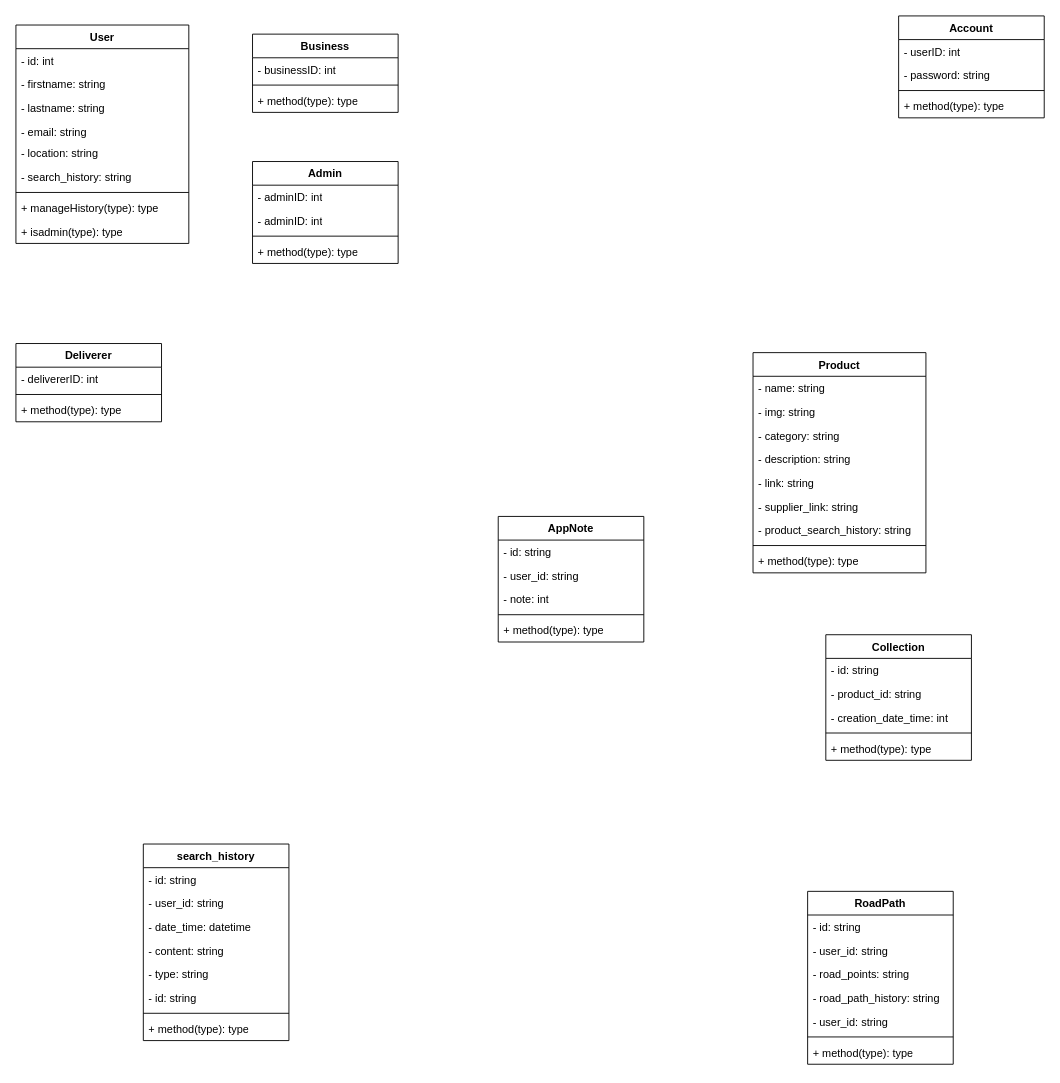
The draw.io diagram page "class diagrams" (2 of 2) of Diagramme sans nom.drawio in Valeryio/System-Draws, before the edit. Source tidied: cells renumbered, new cells numbered last; positions are measured from the earlier drawing's top-left corner, leaving out a move shared by most shapes. Both pictures are drawn from the tidied source at 91%, with x=0, y=0 at pixel (15, 15).
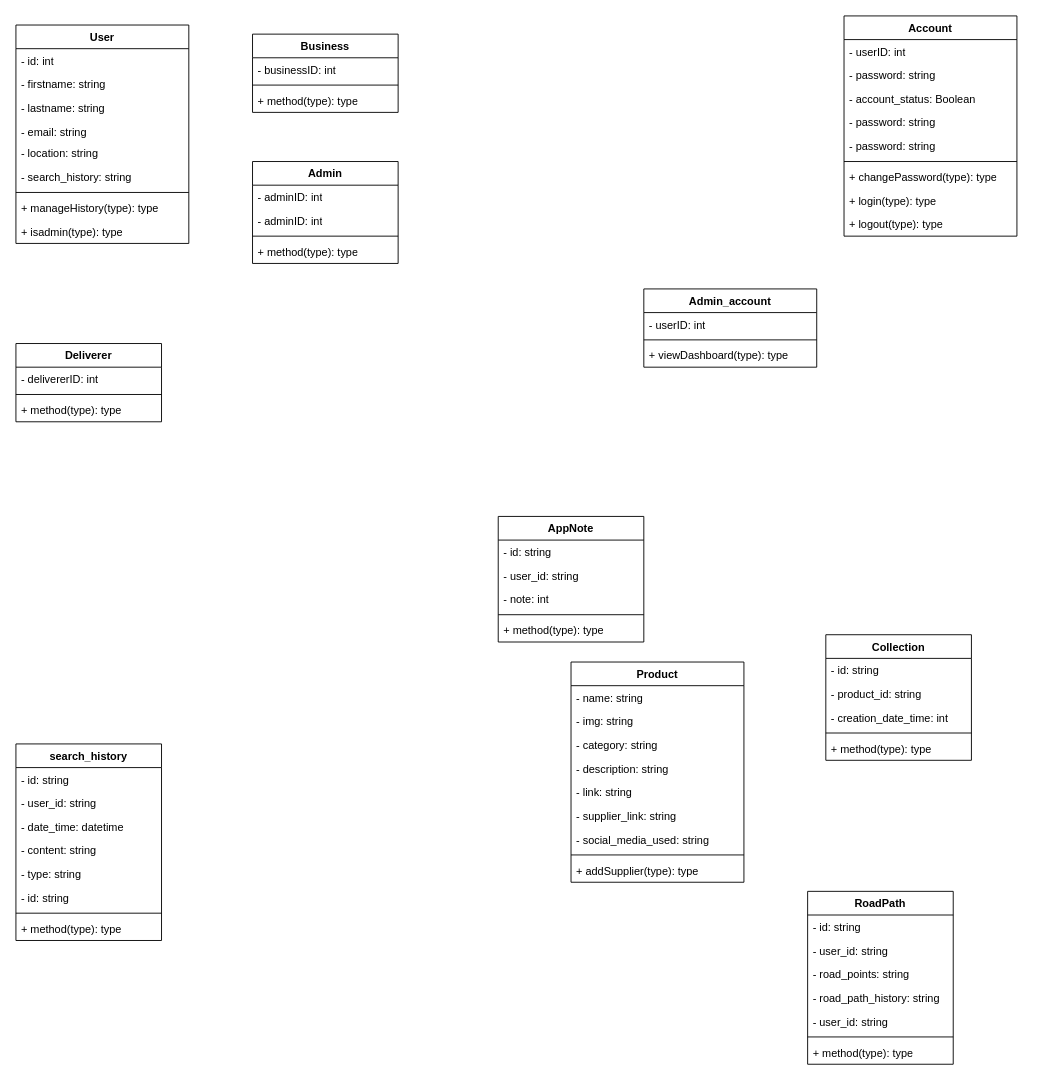
The same diagram, later.

What changed in the source:
```diff
@@
     <mxCell id="21" value="Product" style="swimlane;fontStyle=1;align=center;verticalAlign=top;horizontal=1;startSize=26;whiteSpace=wrap;html=1;" parent="1" vertex="1">
-      <mxGeometry x="810" y="370" width="190" height="242" as="geometry" />
+      <mxGeometry x="610" y="710" width="190" height="242" as="geometry" />
     </mxCell>
@@
+    <mxCell id="69" value="- supplier_link&lt;span style=&quot;background-color: initial;&quot;&gt;: string&lt;/span&gt;" style="text;strokeColor=none;fillColor=none;align=left;verticalAlign=top;spacingLeft=4;spacingRight=4;overflow=hidden;whiteSpace=wrap;html=1;" parent="21" vertex="1">
+      <mxGeometry y="156" width="190" height="26" as="geometry" />
+    </mxCell>
-    <mxCell id="27" value="- supplier_link&lt;span style=&quot;background-color: initial;&quot;&gt;: string&lt;/span&gt;" style="text;strokeColor=none;fillColor=none;align=left;verticalAlign=top;spacingLeft=4;spacingRight=4;overflow=hidden;whiteSpace=wrap;html=1;" parent="21" vertex="1">
-      <mxGeometry y="156" width="190" height="26" as="geometry" />
+    <mxCell id="27" value="- social_media_used&lt;span style=&quot;background-color: initial;&quot;&gt;: string&lt;/span&gt;" style="text;strokeColor=none;fillColor=none;align=left;verticalAlign=top;spacingLeft=4;spacingRight=4;overflow=hidden;whiteSpace=wrap;html=1;" parent="21" vertex="1">
+      <mxGeometry y="182" width="190" height="26" as="geometry" />
     </mxCell>
-    <mxCell id="28" value="-&amp;nbsp;&lt;span style=&quot;text-align: center;&quot;&gt;product_search_history&lt;/span&gt;&lt;span style=&quot;background-color: initial;&quot;&gt;: string&lt;/span&gt;" style="text;strokeColor=none;fillColor=none;align=left;verticalAlign=top;spacingLeft=4;spacingRight=4;overflow=hidden;whiteSpace=wrap;html=1;" parent="21" vertex="1">
-      <mxGeometry y="182" width="190" height="26" as="geometry" />
-    </mxCell>
@@
-    <mxCell id="30" value="+ method(type): type" style="text;strokeColor=none;fillColor=none;align=left;verticalAlign=top;spacingLeft=4;spacingRight=4;overflow=hidden;whiteSpace=wrap;html=1;" parent="21" vertex="1">
+    <mxCell id="30" value="+ addSupplier&lt;span style=&quot;background-color: initial;&quot;&gt;(type): type&lt;/span&gt;" style="text;strokeColor=none;fillColor=none;align=left;verticalAlign=top;spacingLeft=4;spacingRight=4;overflow=hidden;whiteSpace=wrap;html=1;" parent="21" vertex="1">
       <mxGeometry y="216" width="190" height="26" as="geometry" />
     </mxCell>
@@
     <mxCell id="35" value="Account" style="swimlane;fontStyle=1;align=center;verticalAlign=top;horizontal=1;startSize=26;whiteSpace=wrap;html=1;" parent="1" vertex="1">
-      <mxGeometry x="970" width="160" height="112" as="geometry" />
+      <mxGeometry x="910" width="190" height="242" as="geometry" />
     </mxCell>
     <mxCell id="36" value="- userID: int" style="text;strokeColor=none;fillColor=none;align=left;verticalAlign=top;spacingLeft=4;spacingRight=4;overflow=hidden;whiteSpace=wrap;html=1;" parent="35" vertex="1">
-      <mxGeometry y="26" width="160" height="26" as="geometry" />
+      <mxGeometry y="26" width="190" height="26" as="geometry" />
     </mxCell>
+    <mxCell id="70" value="- password: string" style="text;strokeColor=none;fillColor=none;align=left;verticalAlign=top;spacingLeft=4;spacingRight=4;overflow=hidden;whiteSpace=wrap;html=1;" parent="35" vertex="1">
+      <mxGeometry y="52" width="190" height="26" as="geometry" />
+    </mxCell>
+    <mxCell id="71" value="- account_status: Boolean" style="text;strokeColor=none;fillColor=none;align=left;verticalAlign=top;spacingLeft=4;spacingRight=4;overflow=hidden;whiteSpace=wrap;html=1;" parent="35" vertex="1">
+      <mxGeometry y="78" width="190" height="26" as="geometry" />
+    </mxCell>
     <mxCell id="37" value="- password: string" style="text;strokeColor=none;fillColor=none;align=left;verticalAlign=top;spacingLeft=4;spacingRight=4;overflow=hidden;whiteSpace=wrap;html=1;" parent="35" vertex="1">
-      <mxGeometry y="52" width="160" height="26" as="geometry" />
+      <mxGeometry y="104" width="190" height="26" as="geometry" />
     </mxCell>
+    <mxCell id="72" value="- password: string" style="text;strokeColor=none;fillColor=none;align=left;verticalAlign=top;spacingLeft=4;spacingRight=4;overflow=hidden;whiteSpace=wrap;html=1;" parent="35" vertex="1">
+      <mxGeometry y="130" width="190" height="26" as="geometry" />
+    </mxCell>
     <mxCell id="38" style="line;strokeWidth=1;fillColor=none;align=left;verticalAlign=middle;spacingTop=-1;spacingLeft=3;spacingRight=3;labelPosition=right;strokeColor=inherit;" parent="35" vertex="1">
-      <mxGeometry y="78" width="160" height="8" as="geometry" />
+      <mxGeometry y="156" width="190" height="8" as="geometry" />
     </mxCell>
-    <mxCell id="39" value="+ method(type): type" style="text;strokeColor=none;fillColor=none;align=left;verticalAlign=top;spacingLeft=4;spacingRight=4;overflow=hidden;whiteSpace=wrap;html=1;" parent="35" vertex="1">
-      <mxGeometry y="86" width="160" height="26" as="geometry" />
+    <mxCell id="39" value="+ changePassword(type): type" style="text;strokeColor=none;fillColor=none;align=left;verticalAlign=top;spacingLeft=4;spacingRight=4;overflow=hidden;whiteSpace=wrap;html=1;" parent="35" vertex="1">
+      <mxGeometry y="164" width="190" height="26" as="geometry" />
     </mxCell>
+    <mxCell id="73" value="+ login(type): type" style="text;strokeColor=none;fillColor=none;align=left;verticalAlign=top;spacingLeft=4;spacingRight=4;overflow=hidden;whiteSpace=wrap;html=1;" parent="35" vertex="1">
+      <mxGeometry y="190" width="190" height="26" as="geometry" />
+    </mxCell>
+    <mxCell id="74" value="+ logout(type): type" style="text;strokeColor=none;fillColor=none;align=left;verticalAlign=top;spacingLeft=4;spacingRight=4;overflow=hidden;whiteSpace=wrap;html=1;" parent="35" vertex="1">
+      <mxGeometry y="216" width="190" height="26" as="geometry" />
+    </mxCell>
@@
     <mxCell id="54" value="&lt;div&gt;&lt;span style=&quot;background-color: initial;&quot;&gt;search_history&lt;/span&gt;&lt;/div&gt;" style="swimlane;fontStyle=1;align=center;verticalAlign=top;horizontal=1;startSize=26;whiteSpace=wrap;html=1;" parent="1" vertex="1">
-      <mxGeometry x="140" y="910" width="160" height="216" as="geometry" />
+      <mxGeometry y="800" width="160" height="216" as="geometry" />
     </mxCell>
@@
+    <mxCell id="75" value="Admin_account" style="swimlane;fontStyle=1;align=center;verticalAlign=top;horizontal=1;startSize=26;whiteSpace=wrap;html=1;" parent="1" vertex="1">
+      <mxGeometry x="690" y="300" width="190" height="86" as="geometry" />
+    </mxCell>
+    <mxCell id="76" value="- userID: int" style="text;strokeColor=none;fillColor=none;align=left;verticalAlign=top;spacingLeft=4;spacingRight=4;overflow=hidden;whiteSpace=wrap;html=1;" parent="75" vertex="1">
+      <mxGeometry y="26" width="190" height="26" as="geometry" />
+    </mxCell>
+    <mxCell id="77" style="line;strokeWidth=1;fillColor=none;align=left;verticalAlign=middle;spacingTop=-1;spacingLeft=3;spacingRight=3;labelPosition=right;strokeColor=inherit;" parent="75" vertex="1">
+      <mxGeometry y="52" width="190" height="8" as="geometry" />
+    </mxCell>
+    <mxCell id="78" value="+ viewDashboard&lt;span style=&quot;background-color: initial;&quot;&gt;(type): type&lt;/span&gt;" style="text;strokeColor=none;fillColor=none;align=left;verticalAlign=top;spacingLeft=4;spacingRight=4;overflow=hidden;whiteSpace=wrap;html=1;" parent="75" vertex="1">
+      <mxGeometry y="60" width="190" height="26" as="geometry" />
+    </mxCell>
```
